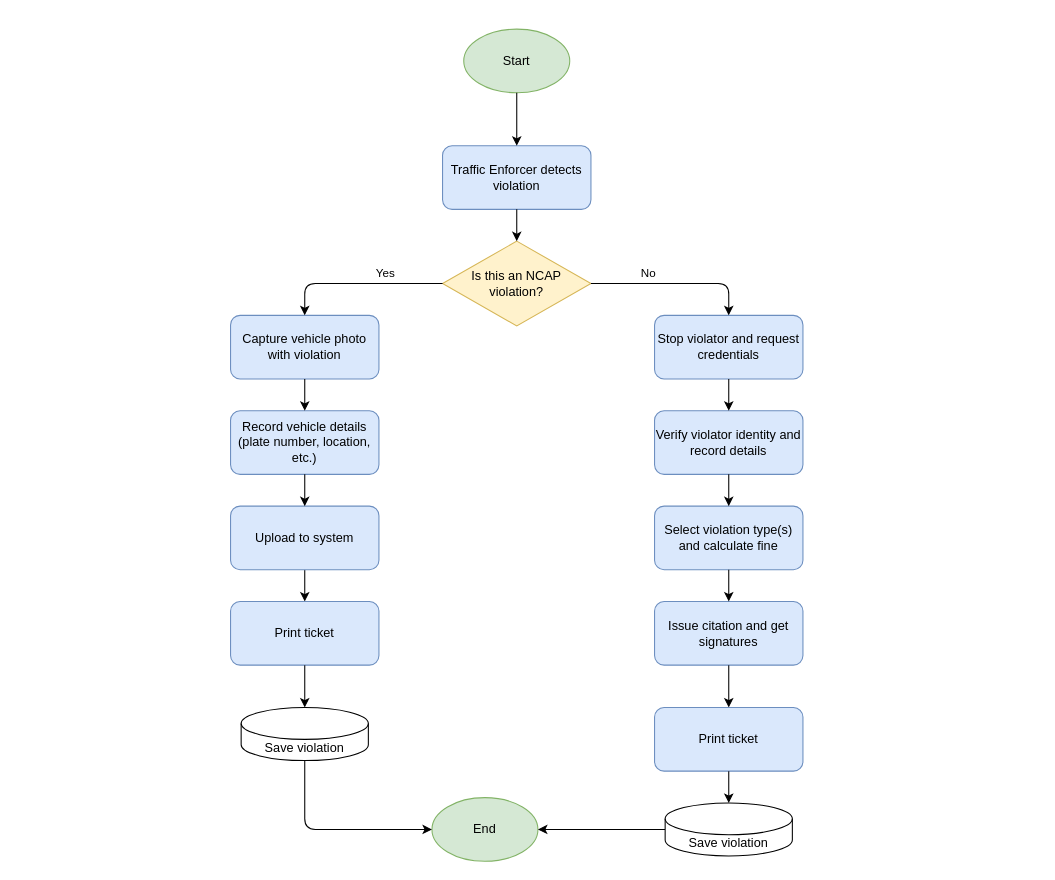
Above: violation_issuance_flow.drawio in PotatoLover169/CTTMO-Traffic-violation-Management-System (draw.io), before the change. Source tidied: cells renumbered, new cells numbered last; positions are measured from the earlier drawing's top-left corner, leaving out a move shared by most shapes. Both pictures are drawn from the tidied source at 106%, with x=0, y=0 at pixel (230, 29).
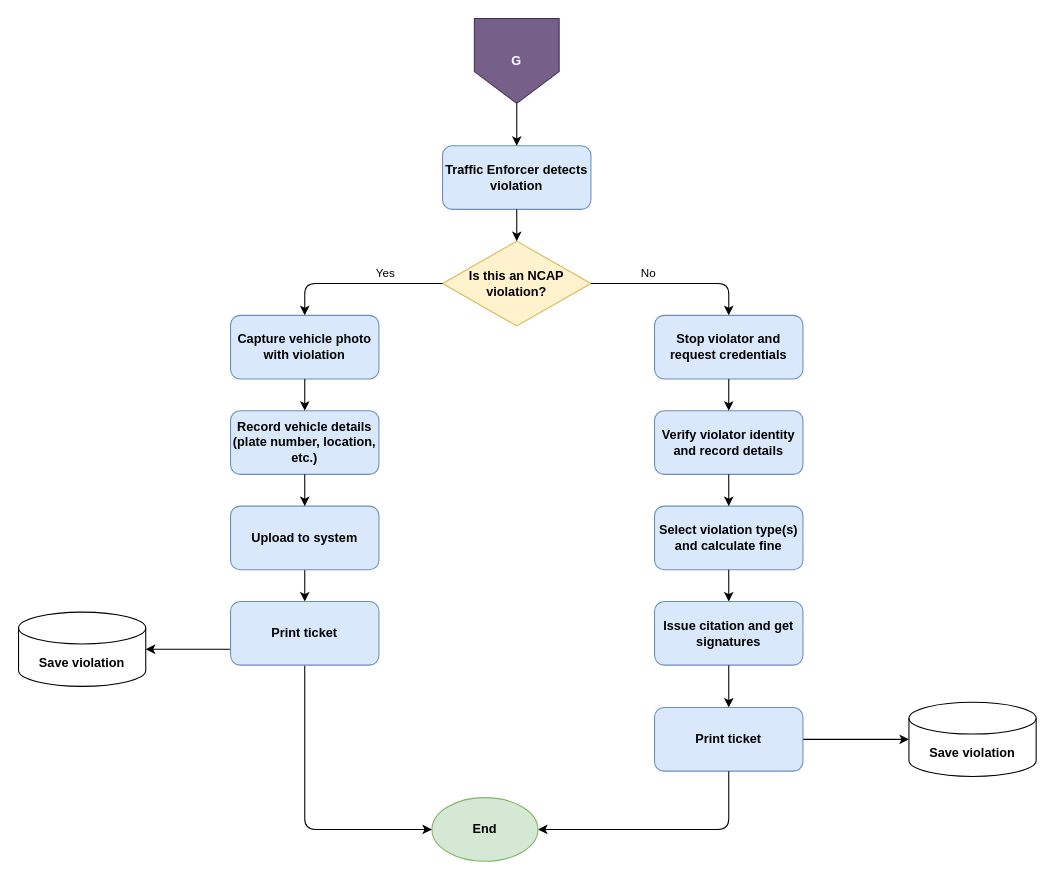
Above is the later version.

What changed in the source:
```diff
@@
-    <mxCell id="2" value="Start" style="ellipse;whiteSpace=wrap;html=1;fillColor=#d5e8d4;strokeColor=#82b366;" parent="1" vertex="1">
-      <mxGeometry x="220" width="100" height="60" as="geometry" />
-    </mxCell>
-    <mxCell id="3" value="Traffic Enforcer detects violation" style="rounded=1;whiteSpace=wrap;html=1;fillColor=#dae8fc;strokeColor=#6c8ebf;" parent="1" vertex="1">
+    <mxCell id="3" value="&lt;b&gt;Traffic Enforcer detects violation&lt;/b&gt;" style="rounded=1;whiteSpace=wrap;html=1;fillColor=#dae8fc;strokeColor=#6c8ebf;" parent="1" vertex="1">
       <mxGeometry x="200" y="110" width="140" height="60" as="geometry" />
     </mxCell>
-    <mxCell id="4" style="endArrow=classic;html=1;exitX=0.5;exitY=1;exitDx=0;exitDy=0;entryX=0.5;entryY=0;entryDx=0;entryDy=0;" parent="1" edge="1" source="2" target="3">
-      <mxGeometry relative="1" as="geometry" />
+    <mxCell id="4" style="endArrow=classic;html=1;exitX=0.5;exitY=1;exitDx=0;exitDy=0;entryX=0.5;entryY=0;entryDx=0;entryDy=0;" parent="1" edge="1" target="3">
+      <mxGeometry relative="1" as="geometry">
+        <mxPoint x="270" y="60" as="sourcePoint" />
+      </mxGeometry>
     </mxCell>
-    <mxCell id="5" value="Is this an NCAP&lt;br&gt;violation?" style="rhombus;whiteSpace=wrap;html=1;fillColor=#fff2cc;strokeColor=#d6b656;" parent="1" vertex="1">
+    <mxCell id="5" value="&lt;b&gt;Is this an NCAP&lt;br&gt;violation?&lt;/b&gt;" style="rhombus;whiteSpace=wrap;html=1;fillColor=#fff2cc;strokeColor=#d6b656;" parent="1" vertex="1">
       <mxGeometry x="200" y="200" width="140" height="80" as="geometry" />
     </mxCell>
@@
-    <mxCell id="7" value="Capture vehicle photo with violation" style="rounded=1;whiteSpace=wrap;html=1;fillColor=#dae8fc;strokeColor=#6c8ebf;" parent="1" vertex="1">
+    <mxCell id="7" value="&lt;b&gt;Capture vehicle photo with violation&lt;/b&gt;" style="rounded=1;whiteSpace=wrap;html=1;fillColor=#dae8fc;strokeColor=#6c8ebf;" parent="1" vertex="1">
       <mxGeometry y="270" width="140" height="60" as="geometry" />
     </mxCell>
-    <mxCell id="8" value="Stop violator and request credentials" style="rounded=1;whiteSpace=wrap;html=1;fillColor=#dae8fc;strokeColor=#6c8ebf;" parent="1" vertex="1">
+    <mxCell id="8" value="&lt;b&gt;Stop violator and request credentials&lt;/b&gt;" style="rounded=1;whiteSpace=wrap;html=1;fillColor=#dae8fc;strokeColor=#6c8ebf;" parent="1" vertex="1">
       <mxGeometry x="400" y="270" width="140" height="60" as="geometry" />
     </mxCell>
@@
-    <mxCell id="11" value="Record vehicle details (plate number, location, etc.)" style="rounded=1;whiteSpace=wrap;html=1;fillColor=#dae8fc;strokeColor=#6c8ebf;" parent="1" vertex="1">
+    <mxCell id="11" value="&lt;b&gt;Record vehicle details (plate number, location, etc.)&lt;/b&gt;" style="rounded=1;whiteSpace=wrap;html=1;fillColor=#dae8fc;strokeColor=#6c8ebf;" parent="1" vertex="1">
       <mxGeometry y="360" width="140" height="60" as="geometry" />
     </mxCell>
@@
-    <mxCell id="13" value="Upload to system" style="rounded=1;whiteSpace=wrap;html=1;fillColor=#dae8fc;strokeColor=#6c8ebf;" parent="1" vertex="1">
+    <mxCell id="13" value="&lt;b&gt;Upload to system&lt;/b&gt;" style="rounded=1;whiteSpace=wrap;html=1;fillColor=#dae8fc;strokeColor=#6c8ebf;" parent="1" vertex="1">
       <mxGeometry y="450" width="140" height="60" as="geometry" />
     </mxCell>
-    <mxCell id="14" value="Verify violator identity and record details" style="rounded=1;whiteSpace=wrap;html=1;fillColor=#dae8fc;strokeColor=#6c8ebf;" parent="1" vertex="1">
+    <mxCell id="14" value="&lt;b&gt;Verify violator identity and record details&lt;/b&gt;" style="rounded=1;whiteSpace=wrap;html=1;fillColor=#dae8fc;strokeColor=#6c8ebf;" parent="1" vertex="1">
       <mxGeometry x="400" y="360" width="140" height="60" as="geometry" />
     </mxCell>
-    <mxCell id="15" value="Select violation type(s) and calculate fine" style="rounded=1;whiteSpace=wrap;html=1;fillColor=#dae8fc;strokeColor=#6c8ebf;" parent="1" vertex="1">
+    <mxCell id="15" value="&lt;b&gt;Select violation type(s) and calculate fine&lt;/b&gt;" style="rounded=1;whiteSpace=wrap;html=1;fillColor=#dae8fc;strokeColor=#6c8ebf;" parent="1" vertex="1">
       <mxGeometry x="400" y="450" width="140" height="60" as="geometry" />
     </mxCell>
-    <mxCell id="16" value="Issue citation and get signatures" style="rounded=1;whiteSpace=wrap;html=1;fillColor=#dae8fc;strokeColor=#6c8ebf;" parent="1" vertex="1">
+    <mxCell id="16" value="&lt;b&gt;Issue citation and get signatures&lt;/b&gt;" style="rounded=1;whiteSpace=wrap;html=1;fillColor=#dae8fc;strokeColor=#6c8ebf;" parent="1" vertex="1">
       <mxGeometry x="400" y="540" width="140" height="60" as="geometry" />
     </mxCell>
@@
+    <mxCell id="32" style="edgeStyle=none;html=1;exitX=1;exitY=0.5;exitDx=0;exitDy=0;" parent="1" edge="1" source="23" target="35">
+      <mxGeometry relative="1" as="geometry" />
+    </mxCell>
-    <mxCell id="23" value="Print ticket" style="rounded=1;whiteSpace=wrap;html=1;fillColor=#dae8fc;strokeColor=#6c8ebf;" parent="1" vertex="1">
+    <mxCell id="23" value="&lt;b&gt;Print ticket&lt;/b&gt;" style="rounded=1;whiteSpace=wrap;html=1;fillColor=#dae8fc;strokeColor=#6c8ebf;" parent="1" vertex="1">
       <mxGeometry x="400" y="640" width="140" height="60" as="geometry" />
     </mxCell>
-    <mxCell id="24" style="endArrow=classic;html=1;exitX=0.5;exitY=1;exitDx=0;exitDy=0;entryX=0.5;entryY=0;entryDx=0;entryDy=0;" parent="1" edge="1" source="23" target="27">
-      <mxGeometry relative="1" as="geometry" />
+    <mxCell id="24" style="endArrow=classic;html=1;exitX=0.5;exitY=1;exitDx=0;exitDy=0;entryX=1;entryY=0.5;entryDx=0;entryDy=0;" parent="1" edge="1" source="23" target="25">
+      <mxGeometry relative="1" as="geometry">
+        <Array as="points">
+          <mxPoint x="470" y="755" />
+        </Array>
+      </mxGeometry>
     </mxCell>
-    <mxCell id="25" value="End" style="ellipse;whiteSpace=wrap;html=1;fillColor=#d5e8d4;strokeColor=#82b366;" parent="1" vertex="1">
+    <mxCell id="25" value="&lt;b&gt;End&lt;/b&gt;" style="ellipse;whiteSpace=wrap;html=1;fillColor=#d5e8d4;strokeColor=#82b366;" parent="1" vertex="1">
       <mxGeometry x="190" y="725" width="100" height="60" as="geometry" />
     </mxCell>
-    <mxCell id="26" style="edgeStyle=none;html=1;" parent="1" edge="1" source="27" target="25">
-      <mxGeometry relative="1" as="geometry" />
-    </mxCell>
-    <mxCell id="27" value="Save violation" style="shape=cylinder3;whiteSpace=wrap;html=1;boundedLbl=1;backgroundOutline=1;size=15;" parent="1" vertex="1">
-      <mxGeometry x="410" y="730" width="120" height="50" as="geometry" />
-    </mxCell>
-    <mxCell id="28" style="edgeStyle=none;html=1;entryX=0;entryY=0.5;entryDx=0;entryDy=0;" parent="1" edge="1" source="29" target="25">
+    <mxCell id="28" style="edgeStyle=none;html=1;entryX=0;entryY=0.5;entryDx=0;entryDy=0;exitX=0.5;exitY=1;exitDx=0;exitDy=0;" parent="1" edge="1" source="30" target="25">
       <mxGeometry relative="1" as="geometry">
         <Array as="points">
           <mxPoint x="70" y="755" />
         </Array>
       </mxGeometry>
     </mxCell>
-    <mxCell id="29" value="Save violation" style="shape=cylinder3;whiteSpace=wrap;html=1;boundedLbl=1;backgroundOutline=1;size=15;" parent="1" vertex="1">
-      <mxGeometry x="10" y="640" width="120" height="50" as="geometry" />
-    </mxCell>
+    <mxCell id="33" style="edgeStyle=none;html=1;exitX=0;exitY=0.75;exitDx=0;exitDy=0;entryX=1;entryY=0.5;entryDx=0;entryDy=0;entryPerimeter=0;" parent="1" edge="1" source="30" target="34">
+      <mxGeometry relative="1" as="geometry" />
+    </mxCell>
-    <mxCell id="30" value="Print ticket" style="rounded=1;whiteSpace=wrap;html=1;fillColor=#dae8fc;strokeColor=#6c8ebf;" parent="1" vertex="1">
+    <mxCell id="30" value="&lt;b&gt;Print ticket&lt;/b&gt;" style="rounded=1;whiteSpace=wrap;html=1;fillColor=#dae8fc;strokeColor=#6c8ebf;" parent="1" vertex="1">
       <mxGeometry y="540" width="140" height="60" as="geometry" />
     </mxCell>
-    <mxCell id="31" style="edgeStyle=none;html=1;entryX=0.5;entryY=0;entryDx=0;entryDy=0;entryPerimeter=0;" parent="1" edge="1" source="30" target="29">
-      <mxGeometry relative="1" as="geometry" />
-    </mxCell>
+    <mxCell id="34" value="&lt;b&gt;Save violation&lt;/b&gt;" style="shape=cylinder3;whiteSpace=wrap;html=1;boundedLbl=1;backgroundOutline=1;size=15;" parent="1" vertex="1">
+      <mxGeometry x="-200" y="550" width="120" height="70" as="geometry" />
+    </mxCell>
+    <mxCell id="35" value="&lt;b&gt;Save violation&lt;/b&gt;" style="shape=cylinder3;whiteSpace=wrap;html=1;boundedLbl=1;backgroundOutline=1;size=15;" parent="1" vertex="1">
+      <mxGeometry x="640" y="635" width="120" height="70" as="geometry" />
+    </mxCell>
+    <mxCell id="36" value="&lt;font style=&quot;color: rgb(255, 255, 255);&quot;&gt;&lt;b style=&quot;&quot;&gt;G&lt;/b&gt;&lt;/font&gt;" style="shape=offPageConnector;whiteSpace=wrap;html=1;fillColor=#76608a;fontColor=#ffffff;strokeColor=#432D57;" parent="1" vertex="1">
+      <mxGeometry x="230" y="-10" width="80" height="80" as="geometry" />
+    </mxCell>
```
